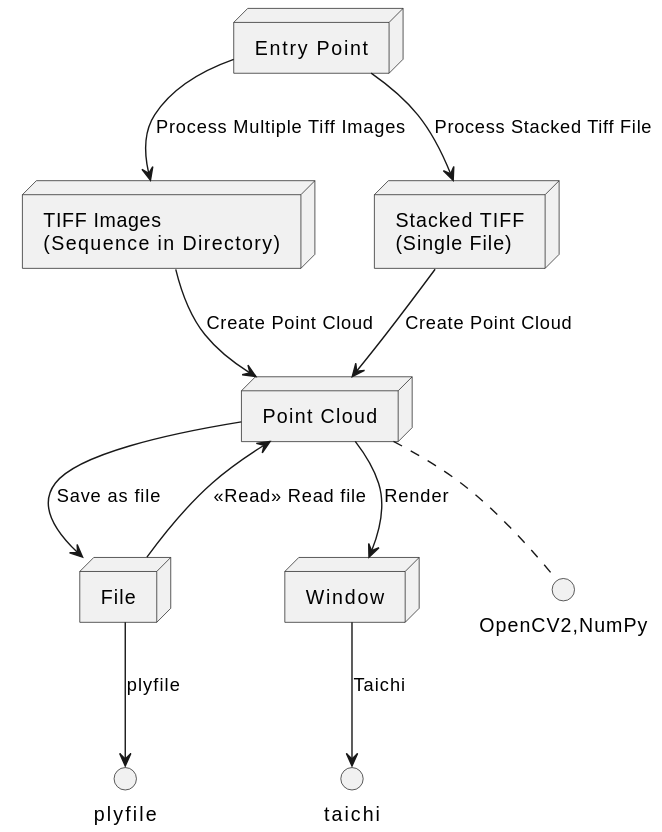
4imothy/slice_to_render keeps this PlantUML diagram as uml/diagram.svg. Above is the earlier version. The source it was exported from:
```plantuml
@startuml
node "Entry Point" as entry_point
node "TIFF Images\n(Sequence in Directory)" as tiff_sequential
node "Stacked TIFF\n(Single File)" as tiff_stacked
node "Point Cloud" as point_cloud
node "File" as file
node "Window" as window

entry_point --> tiff_sequential: Process Multiple Tiff Images
entry_point --> tiff_stacked: Process Stacked Tiff File

tiff_sequential --> point_cloud: Create Point Cloud
tiff_stacked --> point_cloud: Create Point Cloud

point_cloud --> file: Save as file
point_cloud --> window: Render

file --> point_cloud: <<Read>> Read file

point_cloud -. "OpenCV2,NumPy"

window --> taichi: Taichi
file --> plyfile: plyfile
@enduml
```
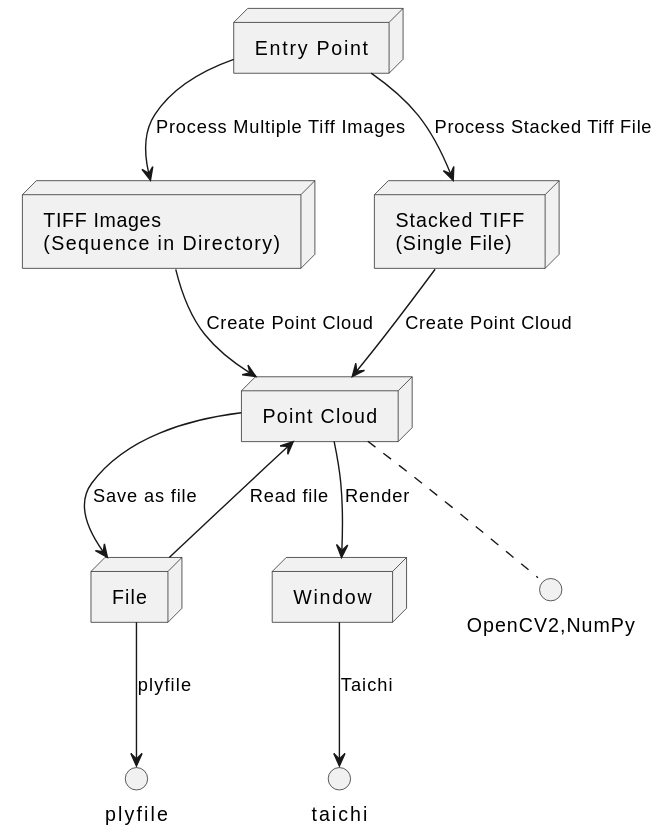
After the change.

Change to the diagram source:
```diff
@@ -15,7 +15,7 @@
 point_cloud --> file: Save as file
 point_cloud --> window: Render
 
-file --> point_cloud: <<Read>> Read file
+file --> point_cloud: Read file
 
 point_cloud -. "OpenCV2,NumPy"
 
```
